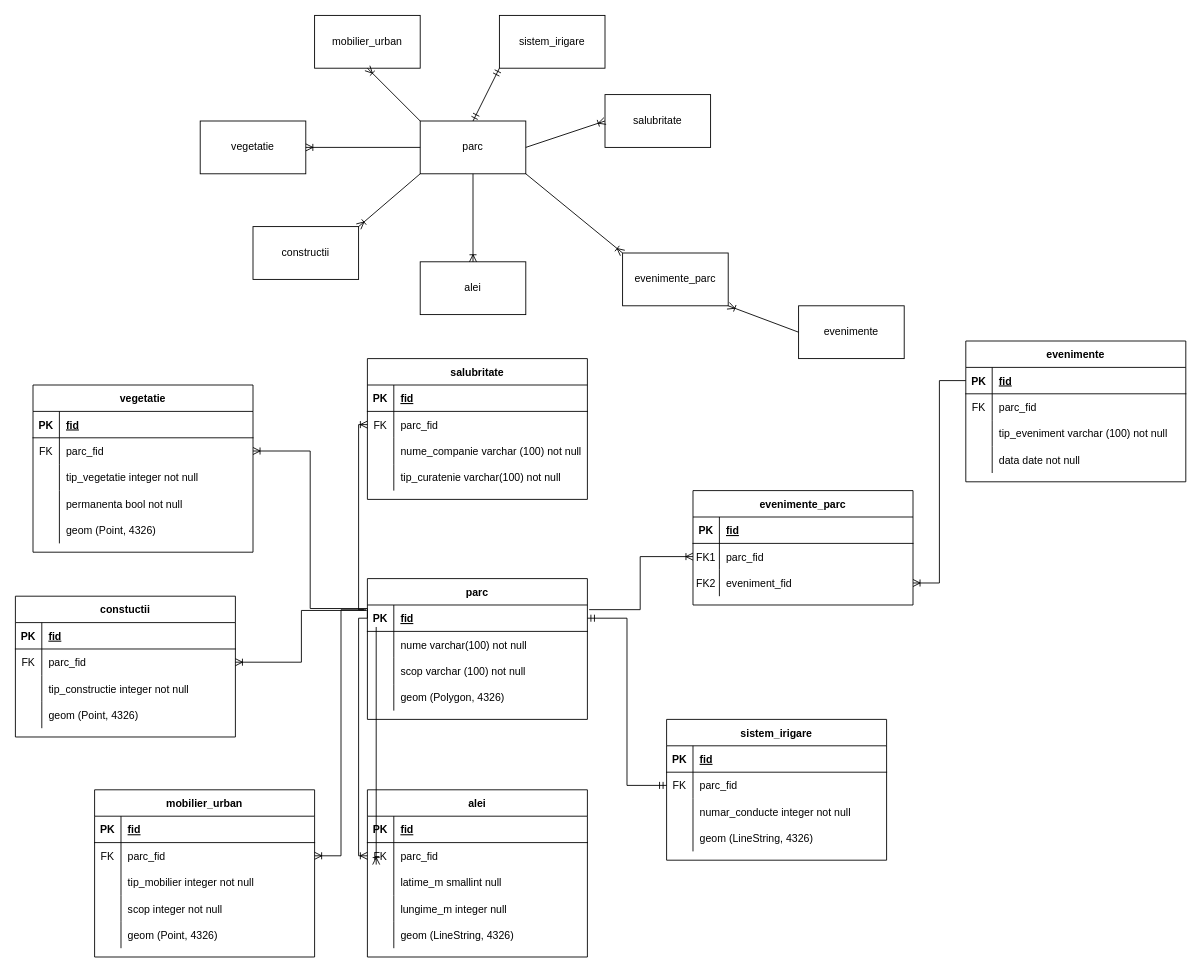
The draw.io diagram Spatii_Verzi.drawio in Fabbye3737/Exercitii, before the edit. Source tidied: cells renumbered, new cells numbered last; positions are measured from the earlier drawing's top-left corner, leaving out a move shared by most shapes. Both pictures are drawn from the tidied source at 88%, with x=0, y=0 at pixel (15, 15).
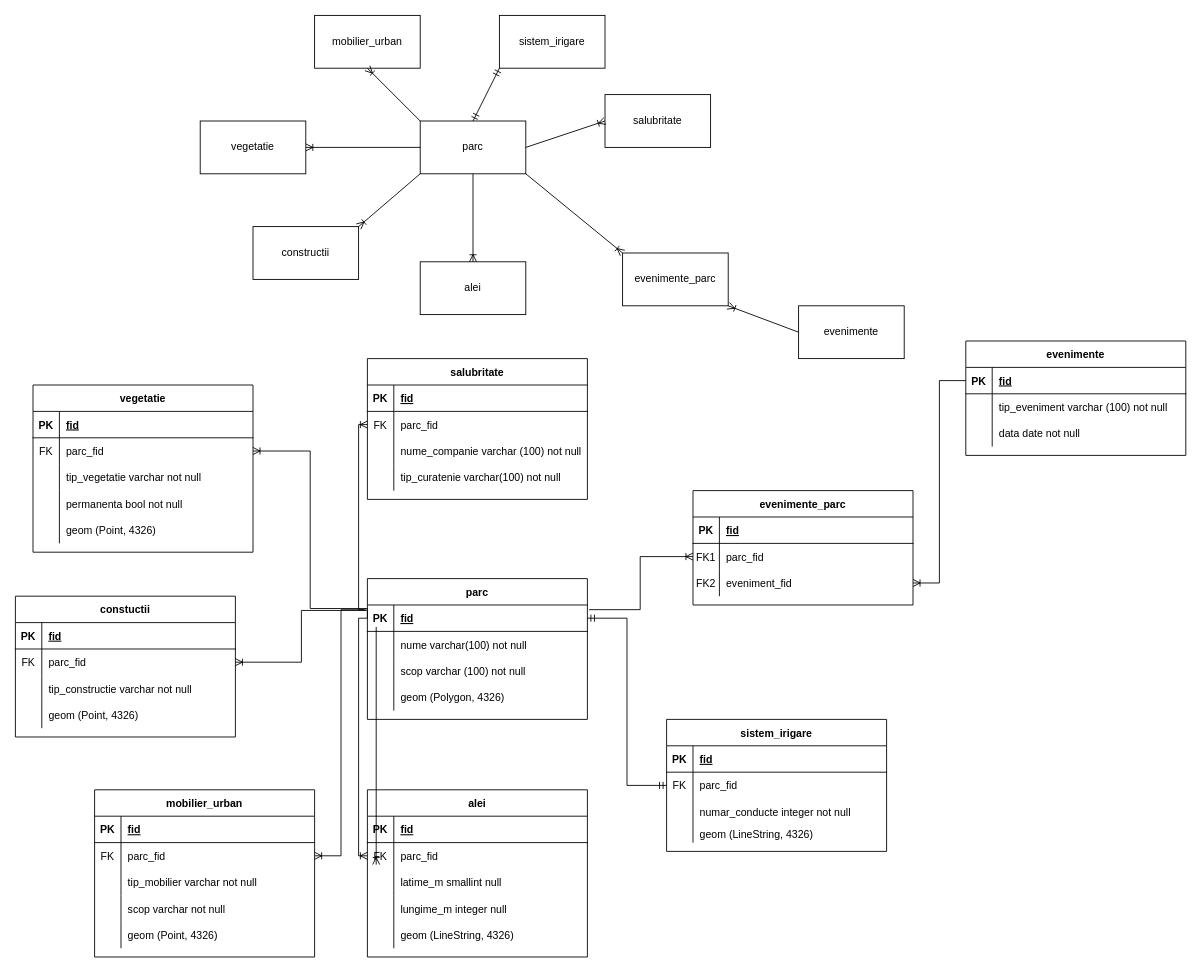
After the change.

The change refers to these unchanged cells:
```xml
<mxCell id="94" style="shape=partialRectangle;fillColor=none;top=0;left=0;right=0;bottom=0;" parent="87" vertex="1">
  <mxGeometry y="90" width="250" height="30" as="geometry" />
</mxCell>
<mxCell id="97" style="shape=partialRectangle;fillColor=none;top=0;left=0;right=0;bottom=0;" parent="87" vertex="1">
  <mxGeometry y="120" width="250" height="30" as="geometry" />
</mxCell>
<mxCell id="111" style="shape=partialRectangle;fillColor=none;top=0;left=0;right=0;bottom=0;" parent="104" vertex="1">
  <mxGeometry y="90" width="250" height="30" as="geometry" />
</mxCell>
<mxCell id="125" style="shape=partialRectangle;fillColor=none;top=0;left=0;right=0;bottom=0;" parent="118" vertex="1">
  <mxGeometry y="90" width="250" height="30" as="geometry" />
</mxCell>
```

What changed in the source:
```diff
@@
     <mxCell id="45" value="sistem_irigare" style="shape=table;startSize=30;childLayout=tableLayout;rowLines=0;fontStyle=1;align=center;" parent="1" vertex="1">
-      <mxGeometry x="740" y="800" width="250" height="160" as="geometry" />
+      <mxGeometry x="740" y="800" width="250" height="150" as="geometry" />
     </mxCell>
@@
     <mxCell id="55" style="shape=partialRectangle;fillColor=none;top=0;left=0;right=0;bottom=0;" parent="45" vertex="1">
-      <mxGeometry y="120" width="250" height="30" as="geometry" />
+      <mxGeometry y="120" width="250" height="20" as="geometry" />
     </mxCell>
     <mxCell id="56" style="shape=partialRectangle;overflow=hidden;fillColor=none;top=0;left=0;bottom=0;right=0;" parent="55" vertex="1">
-      <mxGeometry width="30" height="30" as="geometry" />
+      <mxGeometry width="30" height="20" as="geometry" />
     </mxCell>
     <mxCell id="57" value="geom (LineString, 4326)" style="shape=partialRectangle;overflow=hidden;fillColor=none;top=0;left=0;bottom=0;right=0;align=left;spacingLeft=6;" parent="55" vertex="1">
-      <mxGeometry x="30" width="220" height="30" as="geometry" />
+      <mxGeometry x="30" width="220" height="20" as="geometry" />
     </mxCell>
@@
     <mxCell id="59" value="evenimente" style="shape=table;startSize=30;childLayout=tableLayout;rowLines=0;fontStyle=1;align=center;" parent="1" vertex="1">
-      <mxGeometry x="1080" y="370" width="250" height="160" as="geometry" />
+      <mxGeometry x="1080" y="370" width="250" height="130" as="geometry" />
     </mxCell>
@@
-    <mxCell id="63" style="shape=partialRectangle;fillColor=none;top=0;left=0;right=0;bottom=0;" parent="59" vertex="1">
-      <mxGeometry y="60" width="250" height="30" as="geometry" />
-    </mxCell>
-    <mxCell id="64" value="FK" style="shape=partialRectangle;overflow=hidden;fillColor=none;top=0;left=0;bottom=0;right=0;" parent="63" vertex="1">
-      <mxGeometry width="30" height="30" as="geometry" />
-    </mxCell>
-    <mxCell id="65" value="parc_fid" style="shape=partialRectangle;overflow=hidden;fillColor=none;top=0;left=0;bottom=0;right=0;align=left;spacingLeft=6;" parent="63" vertex="1">
-      <mxGeometry x="30" width="220" height="30" as="geometry" />
-    </mxCell>
     <mxCell id="66" style="shape=partialRectangle;fillColor=none;top=0;left=0;right=0;bottom=0;" parent="59" vertex="1">
-      <mxGeometry y="90" width="250" height="30" as="geometry" />
+      <mxGeometry y="60" width="250" height="30" as="geometry" />
     </mxCell>
@@
     <mxCell id="69" style="shape=partialRectangle;fillColor=none;top=0;left=0;right=0;bottom=0;" parent="59" vertex="1">
-      <mxGeometry y="120" width="250" height="30" as="geometry" />
+      <mxGeometry y="90" width="250" height="30" as="geometry" />
     </mxCell>
@@
-    <mxCell id="96" value="tip_mobilier integer not null" style="shape=partialRectangle;overflow=hidden;fillColor=none;top=0;left=0;bottom=0;right=0;align=left;spacingLeft=6;" parent="94" vertex="1">
+    <mxCell id="96" value="tip_mobilier varchar not null" style="shape=partialRectangle;overflow=hidden;fillColor=none;top=0;left=0;bottom=0;right=0;align=left;spacingLeft=6;" parent="94" vertex="1">
       <mxGeometry x="30" width="220" height="30" as="geometry" />
     </mxCell>
@@
-    <mxCell id="99" value="scop integer not null" style="shape=partialRectangle;overflow=hidden;fillColor=none;top=0;left=0;bottom=0;right=0;align=left;spacingLeft=6;" parent="97" vertex="1">
+    <mxCell id="99" value="scop varchar not null" style="shape=partialRectangle;overflow=hidden;fillColor=none;top=0;left=0;bottom=0;right=0;align=left;spacingLeft=6;" parent="97" vertex="1">
       <mxGeometry x="30" width="220" height="30" as="geometry" />
     </mxCell>
@@
-    <mxCell id="113" value="tip_constructie integer not null" style="shape=partialRectangle;overflow=hidden;fillColor=none;top=0;left=0;bottom=0;right=0;align=left;spacingLeft=6;" parent="111" vertex="1">
+    <mxCell id="113" value="tip_constructie varchar not null" style="shape=partialRectangle;overflow=hidden;fillColor=none;top=0;left=0;bottom=0;right=0;align=left;spacingLeft=6;" parent="111" vertex="1">
       <mxGeometry x="30" width="220" height="30" as="geometry" />
     </mxCell>
@@
-    <mxCell id="127" value="tip_vegetatie integer not null" style="shape=partialRectangle;overflow=hidden;fillColor=none;top=0;left=0;bottom=0;right=0;align=left;spacingLeft=6;" parent="125" vertex="1">
+    <mxCell id="127" value="tip_vegetatie varchar not null" style="shape=partialRectangle;overflow=hidden;fillColor=none;top=0;left=0;bottom=0;right=0;align=left;spacingLeft=6;" parent="125" vertex="1">
       <mxGeometry x="30" width="220" height="30" as="geometry" />
     </mxCell>
```
